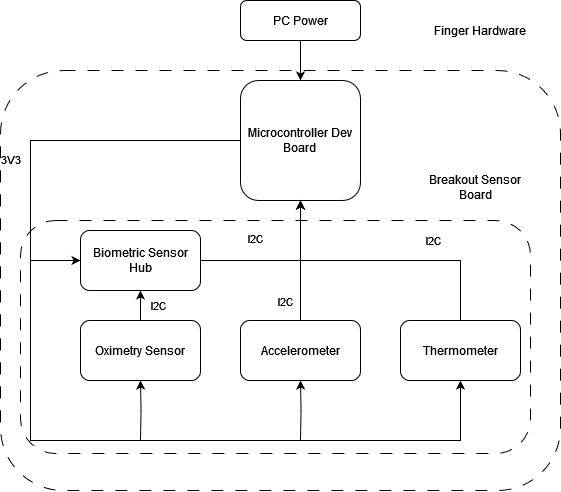
This is Sleep Tracker PoC.drawio.png from o-roman/SleepTracker, a draw.io export, as it was before one commit. Source tidied: cells renumbered, new cells last; positions are measured from the earlier drawing's top-left corner, leaving out a move shared by most shapes.
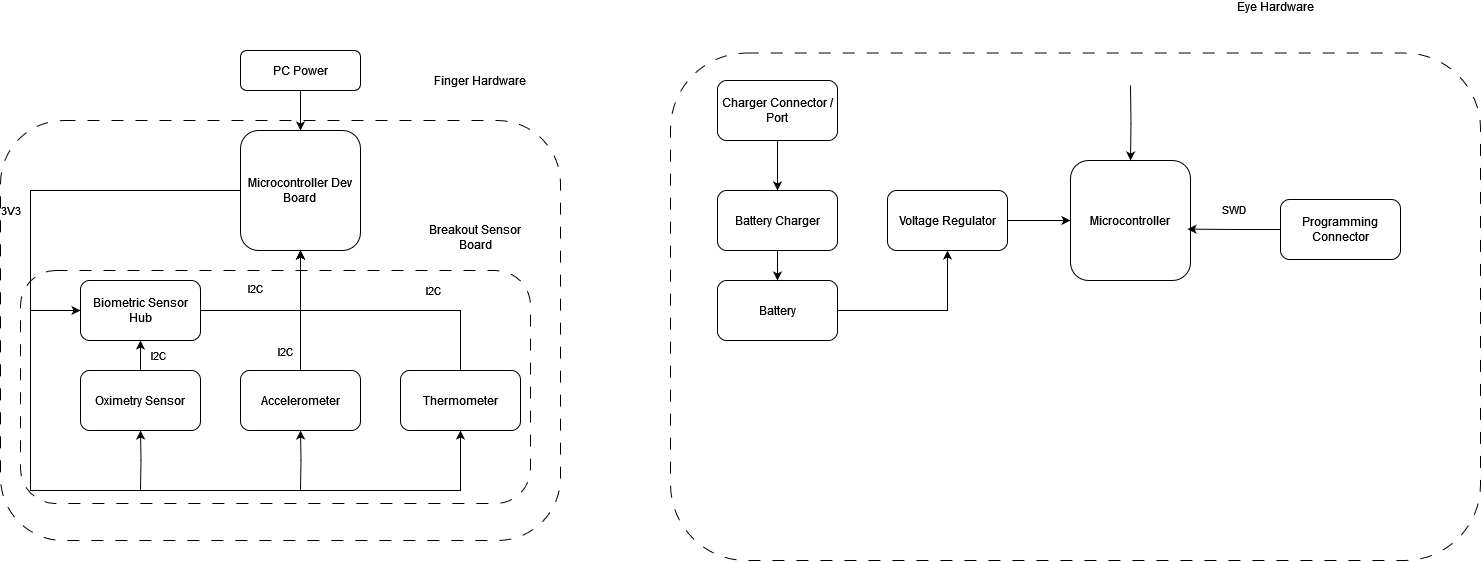
After the commit.

The edit, as a diff of the source:
```diff
@@ -2,6 +2,9 @@
   <root>
     <mxCell id="0" />
     <mxCell id="1" parent="0" />
+    <mxCell id="24" value="&lt;p style=&quot;line-height: 120%;&quot;&gt;PMIC&lt;/p&gt;" style="rounded=1;whiteSpace=wrap;html=1;fillColor=none;" parent="1" vertex="1">
+      <mxGeometry x="707" y="130" width="310" height="80" as="geometry" />
+    </mxCell>
     <mxCell id="2" value="Finger Hardware" style="rounded=1;whiteSpace=wrap;html=1;fillColor=default;dashed=1;dashPattern=12 12;spacingTop=-500;spacingRight=0;spacingLeft=400;fontColor=#000000;" parent="1" vertex="1">
       <mxGeometry y="70" width="560" height="420" as="geometry" />
     </mxCell>
@@ -104,5 +107,55 @@
     <mxCell id="23" value="PC Power" style="rounded=1;whiteSpace=wrap;html=1;fontColor=#000000;" parent="1" vertex="1">
       <mxGeometry x="240" width="120" height="40" as="geometry" />
     </mxCell>
+    <mxCell id="25" value="&lt;div&gt;Eye Hardware&lt;/div&gt;" style="rounded=1;whiteSpace=wrap;html=1;fillColor=default;dashed=1;dashPattern=12 12;spacingTop=-600;spacingRight=0;spacingLeft=400;fontColor=#000000;" parent="1" vertex="1">
+      <mxGeometry x="670" y="2.5" width="810" height="507.5" as="geometry" />
+    </mxCell>
+    <mxCell id="26" value="&lt;div&gt;Microcontroller&lt;br&gt;&lt;/div&gt;" style="rounded=1;whiteSpace=wrap;html=1;fontColor=#000000;" parent="1" vertex="1">
+      <mxGeometry x="1070" y="110" width="120" height="120" as="geometry" />
+    </mxCell>
+    <mxCell id="27" style="edgeStyle=orthogonalEdgeStyle;rounded=0;jettySize=auto;html=1;fontColor=#000000;" parent="1" edge="1" target="26">
+      <mxGeometry relative="1" as="geometry">
+        <mxPoint x="1130" y="35" as="sourcePoint" />
+      </mxGeometry>
+    </mxCell>
+    <mxCell id="28" style="edgeStyle=orthogonalEdgeStyle;rounded=0;jettySize=auto;html=1;entryX=0.975;entryY=0.572;entryDx=0;entryDy=0;entryPerimeter=0;" parent="1" edge="1" source="30" target="26">
+      <mxGeometry relative="1" as="geometry" />
+    </mxCell>
+    <mxCell id="29" value="SWD" style="edgeLabel;html=1;align=center;verticalAlign=middle;" parent="28" vertex="1">
+      <mxGeometry x="0.13" y="2" relative="1" as="geometry">
+        <mxPoint x="5" y="-22" as="offset" />
+      </mxGeometry>
+    </mxCell>
+    <mxCell id="30" value="Programming Connector" style="rounded=1;whiteSpace=wrap;html=1;" parent="1" vertex="1">
+      <mxGeometry x="1280" y="149" width="120" height="60" as="geometry" />
+    </mxCell>
+    <mxCell id="31" style="edgeStyle=orthogonalEdgeStyle;rounded=0;jettySize=auto;html=1;" parent="1" edge="1" source="32" target="26">
+      <mxGeometry relative="1" as="geometry" />
+    </mxCell>
+    <mxCell id="32" value="Voltage Regulator" style="rounded=1;whiteSpace=wrap;html=1;" parent="1" vertex="1">
+      <mxGeometry x="887" y="140" width="120" height="60" as="geometry" />
+    </mxCell>
+    <mxCell id="33" style="edgeStyle=orthogonalEdgeStyle;rounded=0;jettySize=auto;html=1;exitX=1;exitY=0.5;exitDx=0;exitDy=0;entryX=0.5;entryY=1;entryDx=0;entryDy=0;" parent="1" edge="1" source="34" target="32">
+      <mxGeometry relative="1" as="geometry">
+        <Array as="points">
+          <mxPoint x="947" y="260" />
+        </Array>
+      </mxGeometry>
+    </mxCell>
+    <mxCell id="34" value="Battery" style="rounded=1;whiteSpace=wrap;html=1;" parent="1" vertex="1">
+      <mxGeometry x="717" y="230" width="120" height="60" as="geometry" />
+    </mxCell>
+    <mxCell id="35" style="edgeStyle=orthogonalEdgeStyle;rounded=0;jettySize=auto;html=1;entryX=0.5;entryY=0;entryDx=0;entryDy=0;" parent="1" edge="1" source="36" target="34">
+      <mxGeometry relative="1" as="geometry" />
+    </mxCell>
+    <mxCell id="36" value="Battery Charger" style="rounded=1;whiteSpace=wrap;html=1;" parent="1" vertex="1">
+      <mxGeometry x="717" y="140" width="120" height="60" as="geometry" />
+    </mxCell>
+    <mxCell id="37" style="edgeStyle=orthogonalEdgeStyle;rounded=0;jettySize=auto;html=1;" parent="1" edge="1" source="38" target="36">
+      <mxGeometry relative="1" as="geometry" />
+    </mxCell>
+    <mxCell id="38" value="Charger Connector / Port" style="rounded=1;whiteSpace=wrap;html=1;" parent="1" vertex="1">
+      <mxGeometry x="717" y="30" width="120" height="60" as="geometry" />
+    </mxCell>
   </root>
 </mxGraphModel>
```
